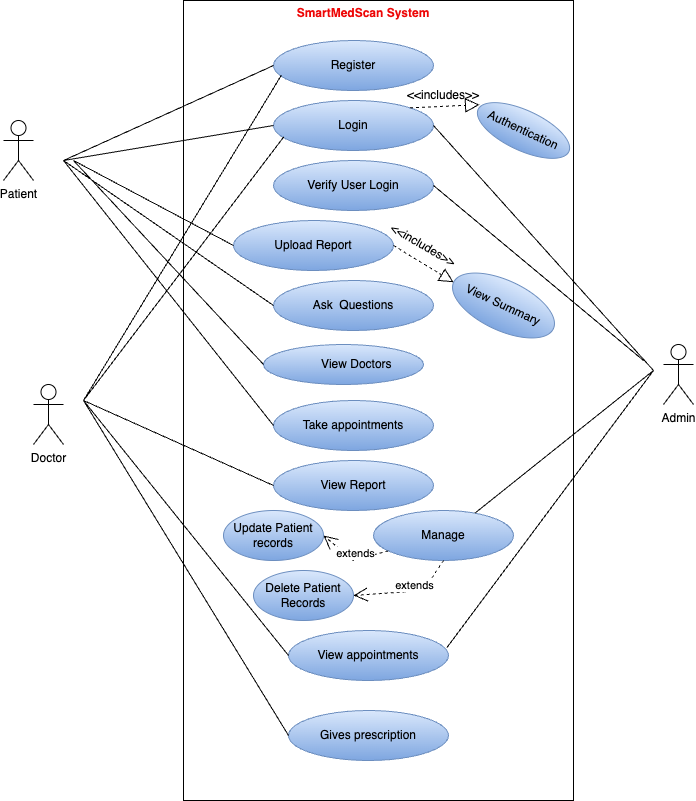
The draw.io diagram assets/UseCase.png in kawseribn/SmartMedScan, before a commit. Source tidied: cells renumbered, new cells last; positions are measured from the earlier drawing's top-left corner, leaving out a move shared by most shapes.
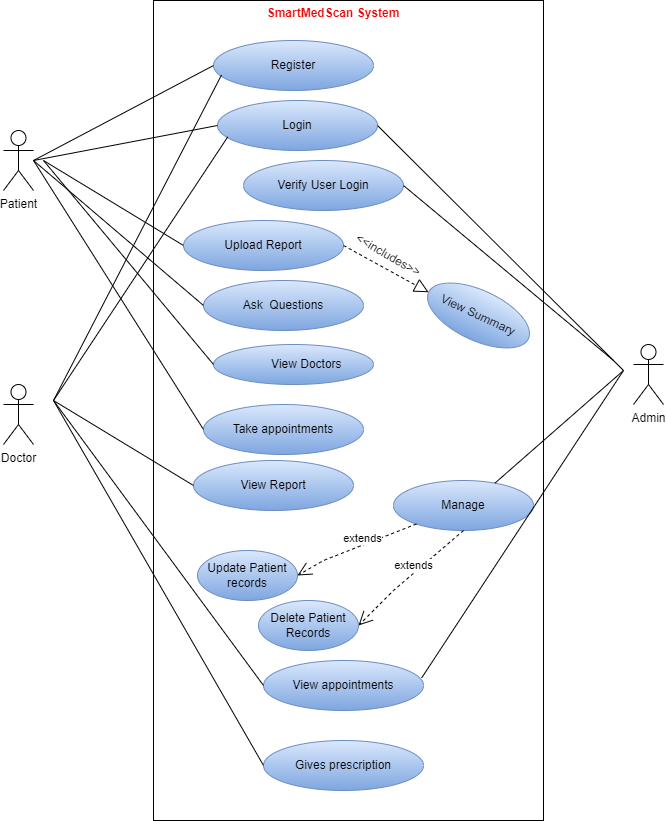
Above is the later version.

The edit, as a diff of the source:
```diff
@@ -2,11 +2,11 @@
   <root>
     <mxCell id="0" />
     <mxCell id="1" parent="0" />
-    <mxCell id="2" style="html=1;whiteSpace=wrap;" parent="1" vertex="1">
-      <mxGeometry x="180" width="390" height="800" as="geometry" />
-    </mxCell>
+    <mxCell id="44" style="html=1;whiteSpace=wrap;" parent="1" vertex="1">
+      <mxGeometry x="180" width="390" height="820" as="geometry" />
+    </mxCell>
     <mxCell id="3" value="Patient" style="shape=umlActor;verticalLabelPosition=bottom;verticalAlign=top;html=1;" parent="1" vertex="1">
-      <mxGeometry y="120" width="30" height="60" as="geometry" />
+      <mxGeometry x="30" y="130" width="30" height="60" as="geometry" />
     </mxCell>
     <mxCell id="4" value="Doctor&lt;br&gt;" style="shape=umlActor;verticalLabelPosition=bottom;verticalAlign=top;html=1;" parent="1" vertex="1">
       <mxGeometry x="30" y="384" width="30" height="60" as="geometry" />
@@ -15,31 +15,31 @@
       <mxGeometry x="660" y="344" width="30" height="60" as="geometry" />
     </mxCell>
     <mxCell id="6" value="Login" style="ellipse;whiteSpace=wrap;html=1;fillColor=#dae8fc;gradientColor=#7ea6e0;strokeColor=#6c8ebf;" parent="1" vertex="1">
-      <mxGeometry x="270" y="100" width="160" height="50" as="geometry" />
+      <mxGeometry x="244" y="100" width="160" height="50" as="geometry" />
     </mxCell>
     <mxCell id="7" value="Verify User Login" style="ellipse;whiteSpace=wrap;html=1;fillColor=#dae8fc;gradientColor=#7ea6e0;strokeColor=#6c8ebf;" parent="1" vertex="1">
       <mxGeometry x="270" y="160" width="160" height="50" as="geometry" />
     </mxCell>
     <mxCell id="8" value="Upload Report" style="ellipse;whiteSpace=wrap;html=1;fillColor=#dae8fc;gradientColor=#7ea6e0;strokeColor=#6c8ebf;" parent="1" vertex="1">
-      <mxGeometry x="230" y="220" width="160" height="50" as="geometry" />
+      <mxGeometry x="210" y="220" width="160" height="50" as="geometry" />
     </mxCell>
     <mxCell id="9" value="Ask&amp;nbsp; Questions" style="ellipse;whiteSpace=wrap;html=1;fillColor=#dae8fc;gradientColor=#7ea6e0;strokeColor=#6c8ebf;" parent="1" vertex="1">
-      <mxGeometry x="270" y="280" width="160" height="50" as="geometry" />
+      <mxGeometry x="230" y="280" width="160" height="50" as="geometry" />
     </mxCell>
     <mxCell id="10" value="Take appointments" style="ellipse;whiteSpace=wrap;html=1;fillColor=#dae8fc;gradientColor=#7ea6e0;strokeColor=#6c8ebf;" parent="1" vertex="1">
-      <mxGeometry x="270" y="400" width="160" height="50" as="geometry" />
+      <mxGeometry x="230" y="404" width="160" height="50" as="geometry" />
     </mxCell>
     <mxCell id="11" value="View Report" style="ellipse;whiteSpace=wrap;html=1;fillColor=#dae8fc;gradientColor=#7ea6e0;strokeColor=#6c8ebf;" parent="1" vertex="1">
-      <mxGeometry x="270" y="460" width="160" height="50" as="geometry" />
+      <mxGeometry x="220" y="460" width="160" height="50" as="geometry" />
     </mxCell>
     <mxCell id="12" value="Gives prescription" style="ellipse;whiteSpace=wrap;html=1;fillColor=#dae8fc;gradientColor=#7ea6e0;strokeColor=#6c8ebf;" parent="1" vertex="1">
-      <mxGeometry x="285" y="710" width="160" height="50" as="geometry" />
+      <mxGeometry x="290" y="740" width="160" height="50" as="geometry" />
     </mxCell>
     <mxCell id="13" value="View appointments" style="ellipse;whiteSpace=wrap;html=1;fillColor=#dae8fc;gradientColor=#7ea6e0;strokeColor=#6c8ebf;" parent="1" vertex="1">
-      <mxGeometry x="285" y="630" width="160" height="50" as="geometry" />
+      <mxGeometry x="290" y="660" width="160" height="50" as="geometry" />
     </mxCell>
     <mxCell id="14" value="Register" style="ellipse;whiteSpace=wrap;html=1;fillColor=#dae8fc;gradientColor=#7ea6e0;strokeColor=#6c8ebf;" parent="1" vertex="1">
-      <mxGeometry x="270" y="40" width="160" height="50" as="geometry" />
+      <mxGeometry x="240" y="40" width="160" height="50" as="geometry" />
     </mxCell>
     <mxCell id="15" style="edgeStyle=orthogonalEdgeStyle;rounded=0;orthogonalLoop=1;jettySize=auto;html=1;exitX=0.5;exitY=1;exitDx=0;exitDy=0;" parent="1" edge="1" source="7" target="7">
       <mxGeometry relative="1" as="geometry" />
@@ -47,71 +47,71 @@
     <mxCell id="16" value="&lt;blockquote style=&quot;margin: 0 0 0 40px; border: none; padding: 0px;&quot;&gt;&lt;b&gt;&lt;font color=&quot;#ed0707&quot;&gt;SmartMedScan System&lt;/font&gt;&lt;/b&gt;&lt;/blockquote&gt;&lt;blockquote style=&quot;margin: 0 0 0 40px; border: none; padding: 0px;&quot;&gt;&lt;b&gt;&lt;font color=&quot;#ed0707&quot;&gt;&lt;br&gt;&lt;/font&gt;&lt;/b&gt;&lt;/blockquote&gt;" style="text;html=1;strokeColor=none;fillColor=none;align=center;verticalAlign=middle;whiteSpace=wrap;rounded=0;" parent="1" vertex="1">
       <mxGeometry x="195" width="290" height="40" as="geometry" />
     </mxCell>
-    <mxCell id="17" style="endArrow=none;html=1;rounded=0;entryX=0;entryY=0.5;entryDx=0;entryDy=0;" parent="1" edge="1" target="14">
-      <mxGeometry relative="1" as="geometry">
-        <mxPoint x="60" y="160" as="sourcePoint" />
-      </mxGeometry>
-    </mxCell>
-    <mxCell id="18" style="endArrow=none;html=1;rounded=0;entryX=0;entryY=0.5;entryDx=0;entryDy=0;" parent="1" edge="1" target="6">
-      <mxGeometry relative="1" as="geometry">
-        <mxPoint x="60" y="160" as="sourcePoint" />
-      </mxGeometry>
-    </mxCell>
-    <mxCell id="19" style="endArrow=none;html=1;rounded=0;exitX=0.05;exitY=0.69;exitDx=0;exitDy=0;exitPerimeter=0;" parent="1" edge="1" source="14">
-      <mxGeometry relative="1" as="geometry">
-        <mxPoint x="80" y="400" as="targetPoint" />
-      </mxGeometry>
-    </mxCell>
-    <mxCell id="20" style="endArrow=none;html=1;rounded=0;entryX=0;entryY=0.5;entryDx=0;entryDy=0;" parent="1" edge="1" target="11">
-      <mxGeometry relative="1" as="geometry">
-        <mxPoint x="80" y="400" as="sourcePoint" />
-      </mxGeometry>
-    </mxCell>
-    <mxCell id="21" style="endArrow=none;html=1;rounded=0;entryX=1;entryY=0.5;entryDx=0;entryDy=0;" parent="1" edge="1" target="7">
-      <mxGeometry relative="1" as="geometry">
-        <mxPoint x="640" y="360" as="sourcePoint" />
-      </mxGeometry>
-    </mxCell>
-    <mxCell id="22" style="endArrow=none;html=1;rounded=0;entryX=0;entryY=0.5;entryDx=0;entryDy=0;" parent="1" edge="1" target="8">
-      <mxGeometry relative="1" as="geometry">
-        <mxPoint x="70" y="160" as="sourcePoint" />
-      </mxGeometry>
-    </mxCell>
-    <mxCell id="23" style="endArrow=none;html=1;rounded=0;entryX=0;entryY=0.5;entryDx=0;entryDy=0;" parent="1" edge="1" target="9">
-      <mxGeometry relative="1" as="geometry">
-        <mxPoint x="60" y="160" as="sourcePoint" />
-      </mxGeometry>
-    </mxCell>
-    <mxCell id="24" style="endArrow=none;html=1;rounded=0;exitX=0;exitY=0.5;exitDx=0;exitDy=0;" parent="1" edge="1" source="10">
-      <mxGeometry relative="1" as="geometry">
-        <mxPoint x="60" y="160" as="targetPoint" />
-      </mxGeometry>
-    </mxCell>
-    <mxCell id="25" style="endArrow=none;html=1;rounded=0;entryX=0;entryY=0.5;entryDx=0;entryDy=0;" parent="1" edge="1" target="12">
-      <mxGeometry relative="1" as="geometry">
-        <mxPoint x="80" y="400" as="sourcePoint" />
-      </mxGeometry>
-    </mxCell>
-    <mxCell id="26" style="endArrow=none;html=1;rounded=0;entryX=0;entryY=0.5;entryDx=0;entryDy=0;" parent="1" edge="1" target="13">
-      <mxGeometry relative="1" as="geometry">
-        <mxPoint x="80" y="400" as="sourcePoint" />
-      </mxGeometry>
-    </mxCell>
-    <mxCell id="27" style="endArrow=none;html=1;rounded=0;entryX=0.064;entryY=0.728;entryDx=0;entryDy=0;entryPerimeter=0;" parent="1" edge="1" target="6">
-      <mxGeometry relative="1" as="geometry">
-        <mxPoint x="80" y="400" as="sourcePoint" />
-      </mxGeometry>
-    </mxCell>
+    <mxCell id="45" style="endArrow=none;html=1;rounded=0;entryX=0;entryY=0.5;entryDx=0;entryDy=0;" parent="1" edge="1" target="14">
+      <mxGeometry relative="1" as="geometry">
+        <mxPoint x="60" y="160" as="sourcePoint" />
+      </mxGeometry>
+    </mxCell>
+    <mxCell id="46" style="endArrow=none;html=1;rounded=0;entryX=0;entryY=0.5;entryDx=0;entryDy=0;" parent="1" edge="1" target="6">
+      <mxGeometry relative="1" as="geometry">
+        <mxPoint x="60" y="160" as="sourcePoint" />
+      </mxGeometry>
+    </mxCell>
+    <mxCell id="47" style="endArrow=none;html=1;rounded=0;exitX=0.05;exitY=0.69;exitDx=0;exitDy=0;exitPerimeter=0;" parent="1" edge="1" source="14">
+      <mxGeometry relative="1" as="geometry">
+        <mxPoint x="80" y="400" as="targetPoint" />
+      </mxGeometry>
+    </mxCell>
+    <mxCell id="48" style="endArrow=none;html=1;rounded=0;entryX=0;entryY=0.5;entryDx=0;entryDy=0;" parent="1" edge="1" target="11">
+      <mxGeometry relative="1" as="geometry">
+        <mxPoint x="80" y="400" as="sourcePoint" />
+      </mxGeometry>
+    </mxCell>
+    <mxCell id="49" style="endArrow=none;html=1;rounded=0;entryX=1;entryY=0.5;entryDx=0;entryDy=0;" parent="1" edge="1" target="7">
+      <mxGeometry relative="1" as="geometry">
+        <mxPoint x="640" y="360" as="sourcePoint" />
+      </mxGeometry>
+    </mxCell>
+    <mxCell id="50" style="endArrow=none;html=1;rounded=0;entryX=0;entryY=0.5;entryDx=0;entryDy=0;" parent="1" edge="1" target="8">
+      <mxGeometry relative="1" as="geometry">
+        <mxPoint x="70" y="160" as="sourcePoint" />
+      </mxGeometry>
+    </mxCell>
+    <mxCell id="51" style="endArrow=none;html=1;rounded=0;entryX=0;entryY=0.5;entryDx=0;entryDy=0;" parent="1" edge="1" target="9">
+      <mxGeometry relative="1" as="geometry">
+        <mxPoint x="60" y="160" as="sourcePoint" />
+      </mxGeometry>
+    </mxCell>
+    <mxCell id="52" style="endArrow=none;html=1;rounded=0;exitX=0;exitY=0.5;exitDx=0;exitDy=0;" parent="1" edge="1" source="10">
+      <mxGeometry relative="1" as="geometry">
+        <mxPoint x="60" y="160" as="targetPoint" />
+      </mxGeometry>
+    </mxCell>
+    <mxCell id="53" style="endArrow=none;html=1;rounded=0;entryX=0;entryY=0.5;entryDx=0;entryDy=0;" parent="1" edge="1" target="12">
+      <mxGeometry relative="1" as="geometry">
+        <mxPoint x="80" y="400" as="sourcePoint" />
+      </mxGeometry>
+    </mxCell>
+    <mxCell id="54" style="endArrow=none;html=1;rounded=0;entryX=0;entryY=0.5;entryDx=0;entryDy=0;" parent="1" edge="1" target="13">
+      <mxGeometry relative="1" as="geometry">
+        <mxPoint x="80" y="400" as="sourcePoint" />
+      </mxGeometry>
+    </mxCell>
+    <mxCell id="55" style="endArrow=none;html=1;rounded=0;entryX=0.064;entryY=0.728;entryDx=0;entryDy=0;entryPerimeter=0;" parent="1" edge="1" target="6">
+      <mxGeometry relative="1" as="geometry">
+        <mxPoint x="80" y="400" as="sourcePoint" />
+      </mxGeometry>
+    </mxCell>
     <mxCell id="28" value="&lt;span style=&quot;white-space: pre;&quot;&gt;&#9;&lt;/span&gt;View Doctors" style="ellipse;whiteSpace=wrap;html=1;fillColor=#dae8fc;gradientColor=#7ea6e0;strokeColor=#6c8ebf;" parent="1" vertex="1">
-      <mxGeometry x="260" y="344" width="160" height="40" as="geometry" />
+      <mxGeometry x="240" y="344" width="160" height="40" as="geometry" />
     </mxCell>
-    <mxCell id="29" style="endArrow=none;html=1;rounded=0;exitX=0;exitY=0.5;exitDx=0;exitDy=0;" parent="1" edge="1" source="28">
-      <mxGeometry relative="1" as="geometry">
-        <mxPoint x="70" y="160" as="targetPoint" />
-      </mxGeometry>
-    </mxCell>
+    <mxCell id="56" style="endArrow=none;html=1;rounded=0;exitX=0;exitY=0.5;exitDx=0;exitDy=0;" parent="1" edge="1" source="28">
+      <mxGeometry relative="1" as="geometry">
+        <mxPoint x="70" y="160" as="targetPoint" />
+      </mxGeometry>
+    </mxCell>
     <mxCell id="30" value="Manage" style="ellipse;whiteSpace=wrap;html=1;fillColor=#dae8fc;gradientColor=#7ea6e0;strokeColor=#6c8ebf;" parent="1" vertex="1">
-      <mxGeometry x="370" y="510" width="140" height="50" as="geometry" />
+      <mxGeometry x="420" y="480" width="140" height="50" as="geometry" />
     </mxCell>
     <mxCell id="31" value="extends" style="endArrow=open;endSize=12;dashed=1;html=1;rounded=0;entryX=1;entryY=0.5;entryDx=0;entryDy=0;" parent="1" edge="1" source="30" target="32">
       <mxGeometry x="-0.14" y="-6" relative="1" as="geometry">
@@ -121,23 +121,23 @@
       </mxGeometry>
     </mxCell>
     <mxCell id="32" value="Update Patient records" style="ellipse;whiteSpace=wrap;html=1;fillColor=#dae8fc;gradientColor=#7ea6e0;strokeColor=#6c8ebf;" parent="1" vertex="1">
-      <mxGeometry x="220" y="510" width="100" height="50" as="geometry" />
+      <mxGeometry x="224" y="550" width="100" height="50" as="geometry" />
     </mxCell>
-    <mxCell id="33" style="endArrow=none;html=1;rounded=0;entryX=1;entryY=0.5;entryDx=0;entryDy=0;" parent="1" edge="1" target="6">
-      <mxGeometry relative="1" as="geometry">
-        <mxPoint x="650" y="370" as="sourcePoint" />
-      </mxGeometry>
-    </mxCell>
-    <mxCell id="34" style="endArrow=none;html=1;rounded=0;entryX=0.724;entryY=0.054;entryDx=0;entryDy=0;entryPerimeter=0;" parent="1" edge="1" target="30">
-      <mxGeometry relative="1" as="geometry">
-        <mxPoint x="650" y="370" as="sourcePoint" />
-      </mxGeometry>
-    </mxCell>
-    <mxCell id="35" style="endArrow=none;html=1;rounded=0;entryX=0.989;entryY=0.346;entryDx=0;entryDy=0;entryPerimeter=0;" parent="1" edge="1" target="13">
-      <mxGeometry relative="1" as="geometry">
-        <mxPoint x="650" y="370" as="sourcePoint" />
-      </mxGeometry>
-    </mxCell>
+    <mxCell id="57" style="endArrow=none;html=1;rounded=0;entryX=1;entryY=0.5;entryDx=0;entryDy=0;" parent="1" edge="1" target="6">
+      <mxGeometry relative="1" as="geometry">
+        <mxPoint x="650" y="370" as="sourcePoint" />
+      </mxGeometry>
+    </mxCell>
+    <mxCell id="58" style="endArrow=none;html=1;rounded=0;entryX=0.724;entryY=0.054;entryDx=0;entryDy=0;entryPerimeter=0;" parent="1" edge="1" target="30">
+      <mxGeometry relative="1" as="geometry">
+        <mxPoint x="650" y="370" as="sourcePoint" />
+      </mxGeometry>
+    </mxCell>
+    <mxCell id="59" style="endArrow=none;html=1;rounded=0;entryX=0.989;entryY=0.346;entryDx=0;entryDy=0;entryPerimeter=0;" parent="1" edge="1" target="13">
+      <mxGeometry relative="1" as="geometry">
+        <mxPoint x="650" y="370" as="sourcePoint" />
+      </mxGeometry>
+    </mxCell>
     <mxCell id="36" value="extends" style="endArrow=open;endSize=12;dashed=1;html=1;rounded=0;exitX=0.5;exitY=1;exitDx=0;exitDy=0;entryX=1;entryY=0.5;entryDx=0;entryDy=0;" parent="1" edge="1" source="30" target="37">
       <mxGeometry x="-0.14" y="-6" relative="1" as="geometry">
         <Array as="points">
@@ -146,25 +146,16 @@
       </mxGeometry>
     </mxCell>
     <mxCell id="37" value="Delete Patient Records" style="ellipse;whiteSpace=wrap;html=1;fillColor=#dae8fc;gradientColor=#7ea6e0;strokeColor=#6c8ebf;" parent="1" vertex="1">
-      <mxGeometry x="250" y="570" width="100" height="50" as="geometry" />
+      <mxGeometry x="285" y="600" width="100" height="50" as="geometry" />
     </mxCell>
     <mxCell id="38" style="endArrow=block;dashed=1;endFill=0;endSize=12;html=1;rounded=0;exitX=1;exitY=0.5;exitDx=0;exitDy=0;entryX=0;entryY=0.5;entryDx=0;entryDy=0;" parent="1" edge="1" source="8" target="39">
       <mxGeometry relative="1" as="geometry" />
     </mxCell>
     <mxCell id="39" value="View Summary" style="ellipse;whiteSpace=wrap;html=1;fillColor=#dae8fc;gradientColor=#7ea6e0;strokeColor=#6c8ebf;rotation=25;" parent="1" vertex="1">
-      <mxGeometry x="445" y="280" width="110" height="50" as="geometry" />
+      <mxGeometry x="450" y="290" width="110" height="50" as="geometry" />
     </mxCell>
     <mxCell id="40" value="&amp;lt;&amp;lt;includes&amp;gt;&amp;gt;" style="text;html=1;strokeColor=none;fillColor=none;align=center;verticalAlign=middle;whiteSpace=wrap;rounded=0;rotation=30;" parent="1" vertex="1">
-      <mxGeometry x="390" y="230" width="60" height="30" as="geometry" />
+      <mxGeometry x="385" y="240" width="60" height="30" as="geometry" />
     </mxCell>
-    <mxCell id="41" value="Authentication" style="ellipse;whiteSpace=wrap;html=1;fillColor=#dae8fc;gradientColor=#7ea6e0;strokeColor=#6c8ebf;rotation=25;" parent="1" vertex="1">
-      <mxGeometry x="470" y="110" width="100" height="40" as="geometry" />
-    </mxCell>
-    <mxCell id="42" value="&amp;lt;&amp;lt;includes&amp;gt;&amp;gt;" style="text;html=1;strokeColor=none;fillColor=none;align=center;verticalAlign=middle;whiteSpace=wrap;rounded=0;rotation=0;" parent="1" vertex="1">
-      <mxGeometry x="410" y="80" width="60" height="30" as="geometry" />
-    </mxCell>
-    <mxCell id="43" style="endArrow=block;dashed=1;endFill=0;endSize=12;html=1;rounded=0;exitX=1;exitY=0;exitDx=0;exitDy=0;entryX=-0.007;entryY=0.38;entryDx=0;entryDy=0;entryPerimeter=0;" parent="1" edge="1" source="6" target="41">
-      <mxGeometry relative="1" as="geometry" />
-    </mxCell>
   </root>
 </mxGraphModel>
```
